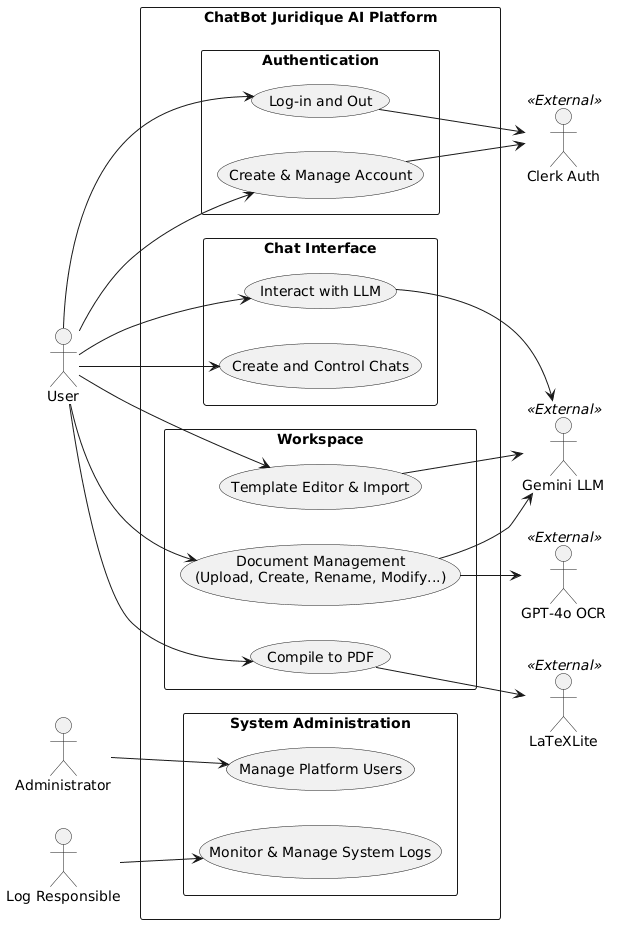
amtout-oualid/chatBotJuridiques-RAG-PFA keeps this PlantUML diagram as rapport/Figures/use_case.png. Above is the earlier version. The source it was exported from:
```plantuml
@startuml
left to right direction
skinparam packageStyle rectangle

actor "User" as User
actor "Administrator" as Admin
actor "Log Responsible" as LogAdmin

actor "Clerk Auth" as Clerk <<External>>
actor "Gemini LLM" as LLM <<External>>
actor "GPT-4o OCR" as OCR <<External>>
actor "LaTeXLite" as Compiler <<External>>

package "ChatBot Juridique AI Platform" {

  package "Authentication" {
    usecase "Create & Manage Account" as UC_Account
    usecase "Log-in and Out" as UC_Auth
  }

  package "Chat Interface" {
    usecase "Create and Control Chats" as UC_Chats
    usecase "Interact with LLM" as UC_LLM
  }

  package "Workspace" {
    usecase "Document Management\n(Upload, Create, Rename, Modify...)" as UC_DMS
    usecase "Template Editor & Import" as UC_Template
    usecase "Compile to PDF" as UC_Compile
  }

  package "System Administration" {
    usecase "Manage Platform Users" as UC_ManageUsers
    usecase "Monitor & Manage System Logs" as UC_MonitorLogs
  }
}

User --> UC_Account
User --> UC_Auth

User --> UC_Chats
User --> UC_LLM

User --> UC_DMS
User --> UC_Template
User --> UC_Compile

Admin --> UC_ManageUsers
LogAdmin --> UC_MonitorLogs

UC_Account --> Clerk
UC_Auth --> Clerk

UC_LLM --> LLM
UC_DMS --> LLM
UC_DMS --> OCR
UC_Template --> LLM

UC_Compile --> Compiler
@enduml
```
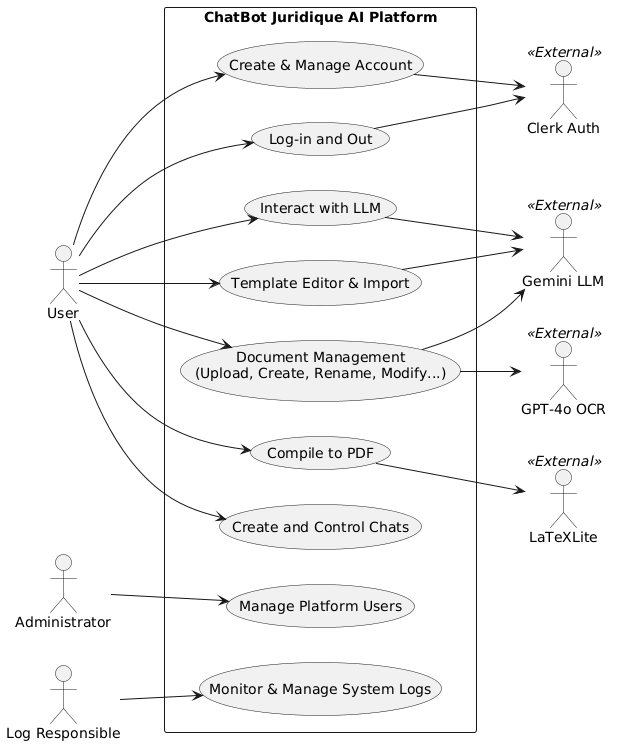
After the change.

Diff of the diagram source:
```diff
@@ -6,41 +6,27 @@
 actor "Administrator" as Admin
 actor "Log Responsible" as LogAdmin
 
+package "ChatBot Juridique AI Platform" {
+    usecase "Create & Manage Account" as UC_Account
+    usecase "Log-in and Out" as UC_Auth
+    usecase "Create and Control Chats" as UC_Chats
+    usecase "Interact with LLM" as UC_LLM
+    usecase "Document Management\n(Upload, Create, Rename, Modify...)" as UC_DMS
+    usecase "Template Editor & Import" as UC_Template
+    usecase "Compile to PDF" as UC_Compile
+    usecase "Manage Platform Users" as UC_ManageUsers
+    usecase "Monitor & Manage System Logs" as UC_MonitorLogs
+}
+
 actor "Clerk Auth" as Clerk <<External>>
 actor "Gemini LLM" as LLM <<External>>
 actor "GPT-4o OCR" as OCR <<External>>
 actor "LaTeXLite" as Compiler <<External>>
 
-package "ChatBot Juridique AI Platform" {
-
-  package "Authentication" {
-    usecase "Create & Manage Account" as UC_Account
-    usecase "Log-in and Out" as UC_Auth
-  }
-
-  package "Chat Interface" {
-    usecase "Create and Control Chats" as UC_Chats
-    usecase "Interact with LLM" as UC_LLM
-  }
-
-  package "Workspace" {
-    usecase "Document Management\n(Upload, Create, Rename, Modify...)" as UC_DMS
-    usecase "Template Editor & Import" as UC_Template
-    usecase "Compile to PDF" as UC_Compile
-  }
-
-  package "System Administration" {
-    usecase "Manage Platform Users" as UC_ManageUsers
-    usecase "Monitor & Manage System Logs" as UC_MonitorLogs
-  }
-}
-
 User --> UC_Account
 User --> UC_Auth
-
 User --> UC_Chats
 User --> UC_LLM
-
 User --> UC_DMS
 User --> UC_Template
 User --> UC_Compile
@@ -50,11 +36,9 @@
 
 UC_Account --> Clerk
 UC_Auth --> Clerk
-
 UC_LLM --> LLM
 UC_DMS --> LLM
 UC_DMS --> OCR
 UC_Template --> LLM
-
 UC_Compile --> Compiler
 @enduml
```
